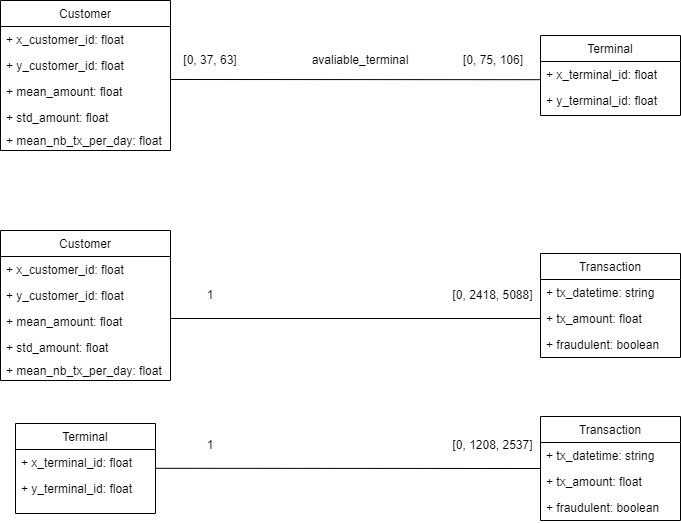
Earlier version of the draw.io export report/images/MongoCardinality.png (Davydhh/MongoDB-for-Fraud-Detection). Source tidied: cells renumbered, new cells last; positions are measured from the earlier drawing's top-left corner, leaving out a move shared by most shapes.
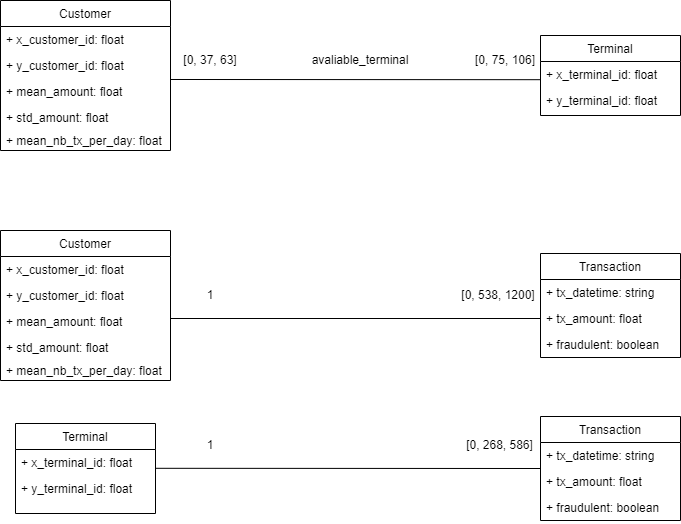
The same diagram one commit later.

Diff of the diagram source:
```diff
@@ -96,20 +96,20 @@
     <mxCell id="31" value="[0, 37, 63]" style="text;html=1;strokeColor=none;fillColor=none;align=center;verticalAlign=middle;whiteSpace=wrap;rounded=0;" parent="1" vertex="1">
       <mxGeometry x="180" y="45" width="60" height="30" as="geometry" />
     </mxCell>
-    <mxCell id="32" value="[0, 1208, 2537]" style="text;html=1;strokeColor=none;fillColor=none;align=center;verticalAlign=middle;whiteSpace=wrap;rounded=0;" parent="1" vertex="1">
-      <mxGeometry x="451.2" y="430" width="82.5" height="30" as="geometry" />
+    <mxCell id="32" value="[0, 268, 586]" style="text;html=1;strokeColor=none;fillColor=none;align=center;verticalAlign=middle;whiteSpace=wrap;rounded=0;" parent="1" vertex="1">
+      <mxGeometry x="457.5" y="430" width="82.5" height="30" as="geometry" />
     </mxCell>
     <mxCell id="33" value="1" style="text;html=1;strokeColor=none;fillColor=none;align=center;verticalAlign=middle;whiteSpace=wrap;rounded=0;" parent="1" vertex="1">
       <mxGeometry x="180" y="430" width="60" height="30" as="geometry" />
     </mxCell>
-    <mxCell id="34" value="[0, 2418, 5088]" style="text;html=1;strokeColor=none;fillColor=none;align=center;verticalAlign=middle;whiteSpace=wrap;rounded=0;" parent="1" vertex="1">
-      <mxGeometry x="450" y="280" width="85" height="30" as="geometry" />
+    <mxCell id="34" value="[0, 538, 1200]" style="text;html=1;strokeColor=none;fillColor=none;align=center;verticalAlign=middle;whiteSpace=wrap;rounded=0;" parent="1" vertex="1">
+      <mxGeometry x="456.2" y="280" width="83.8" height="30" as="geometry" />
     </mxCell>
     <mxCell id="35" value="1" style="text;html=1;strokeColor=none;fillColor=none;align=center;verticalAlign=middle;whiteSpace=wrap;rounded=0;" parent="1" vertex="1">
       <mxGeometry x="180" y="280" width="60" height="30" as="geometry" />
     </mxCell>
     <mxCell id="36" value="[0, 75, 106]" style="text;html=1;strokeColor=none;fillColor=none;align=center;verticalAlign=middle;whiteSpace=wrap;rounded=0;" parent="1" vertex="1">
-      <mxGeometry x="457.5" y="45" width="70" height="30" as="geometry" />
+      <mxGeometry x="470" y="45" width="70" height="30" as="geometry" />
     </mxCell>
     <mxCell id="37" value="avaliable_terminal" style="text;html=1;strokeColor=none;fillColor=none;align=center;verticalAlign=middle;whiteSpace=wrap;rounded=0;fontStyle=0;" parent="1" vertex="1">
       <mxGeometry x="330" y="45" width="60" height="30" as="geometry" />
```
